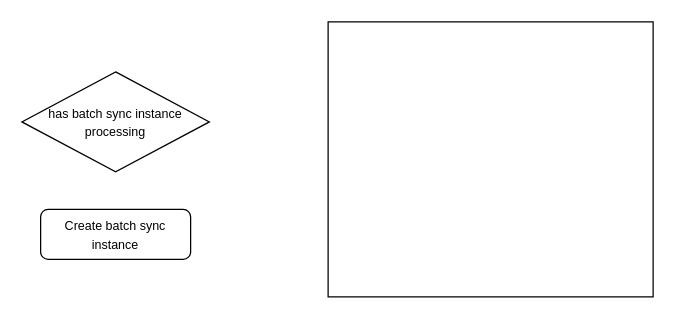
Above: page "Page-26" (26 of 26) of certificationService.er.drawio in huangshijie/Drawio (draw.io), before the change. Source tidied: cells renumbered, new cells numbered last; positions are measured from the earlier drawing's top-left corner, leaving out a move shared by most shapes. Both pictures are drawn from the tidied source at 125%, with x=0, y=0 at pixel (21, 21).
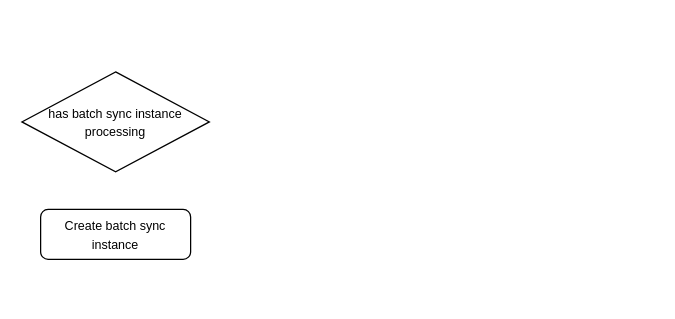
After the change.

Change to the diagram source:
```diff
@@
 <mxGraphModel>
   <root>
     <mxCell id="0" />
     <mxCell id="1" parent="0" />
-    <mxCell id="2" style="rounded=0;whiteSpace=wrap;html=1;" parent="1" vertex="1">
-      <mxGeometry x="245" width="260" height="220" as="geometry" />
-    </mxCell>
     <mxCell id="3" value="&lt;font style=&quot;font-size: 10px;&quot;&gt;Create batch sync instance&lt;/font&gt;" style="rounded=1;whiteSpace=wrap;html=1;" parent="1" vertex="1">
       <mxGeometry x="15" y="150" width="120" height="40" as="geometry" />
     </mxCell>
     <mxCell id="4" value="&lt;font style=&quot;font-size: 10px;&quot;&gt;has batch sync instance processing&lt;/font&gt;" style="rhombus;whiteSpace=wrap;html=1;" parent="1" vertex="1">
       <mxGeometry y="40" width="150" height="80" as="geometry" />
     </mxCell>
   </root>
 </mxGraphModel>
```
